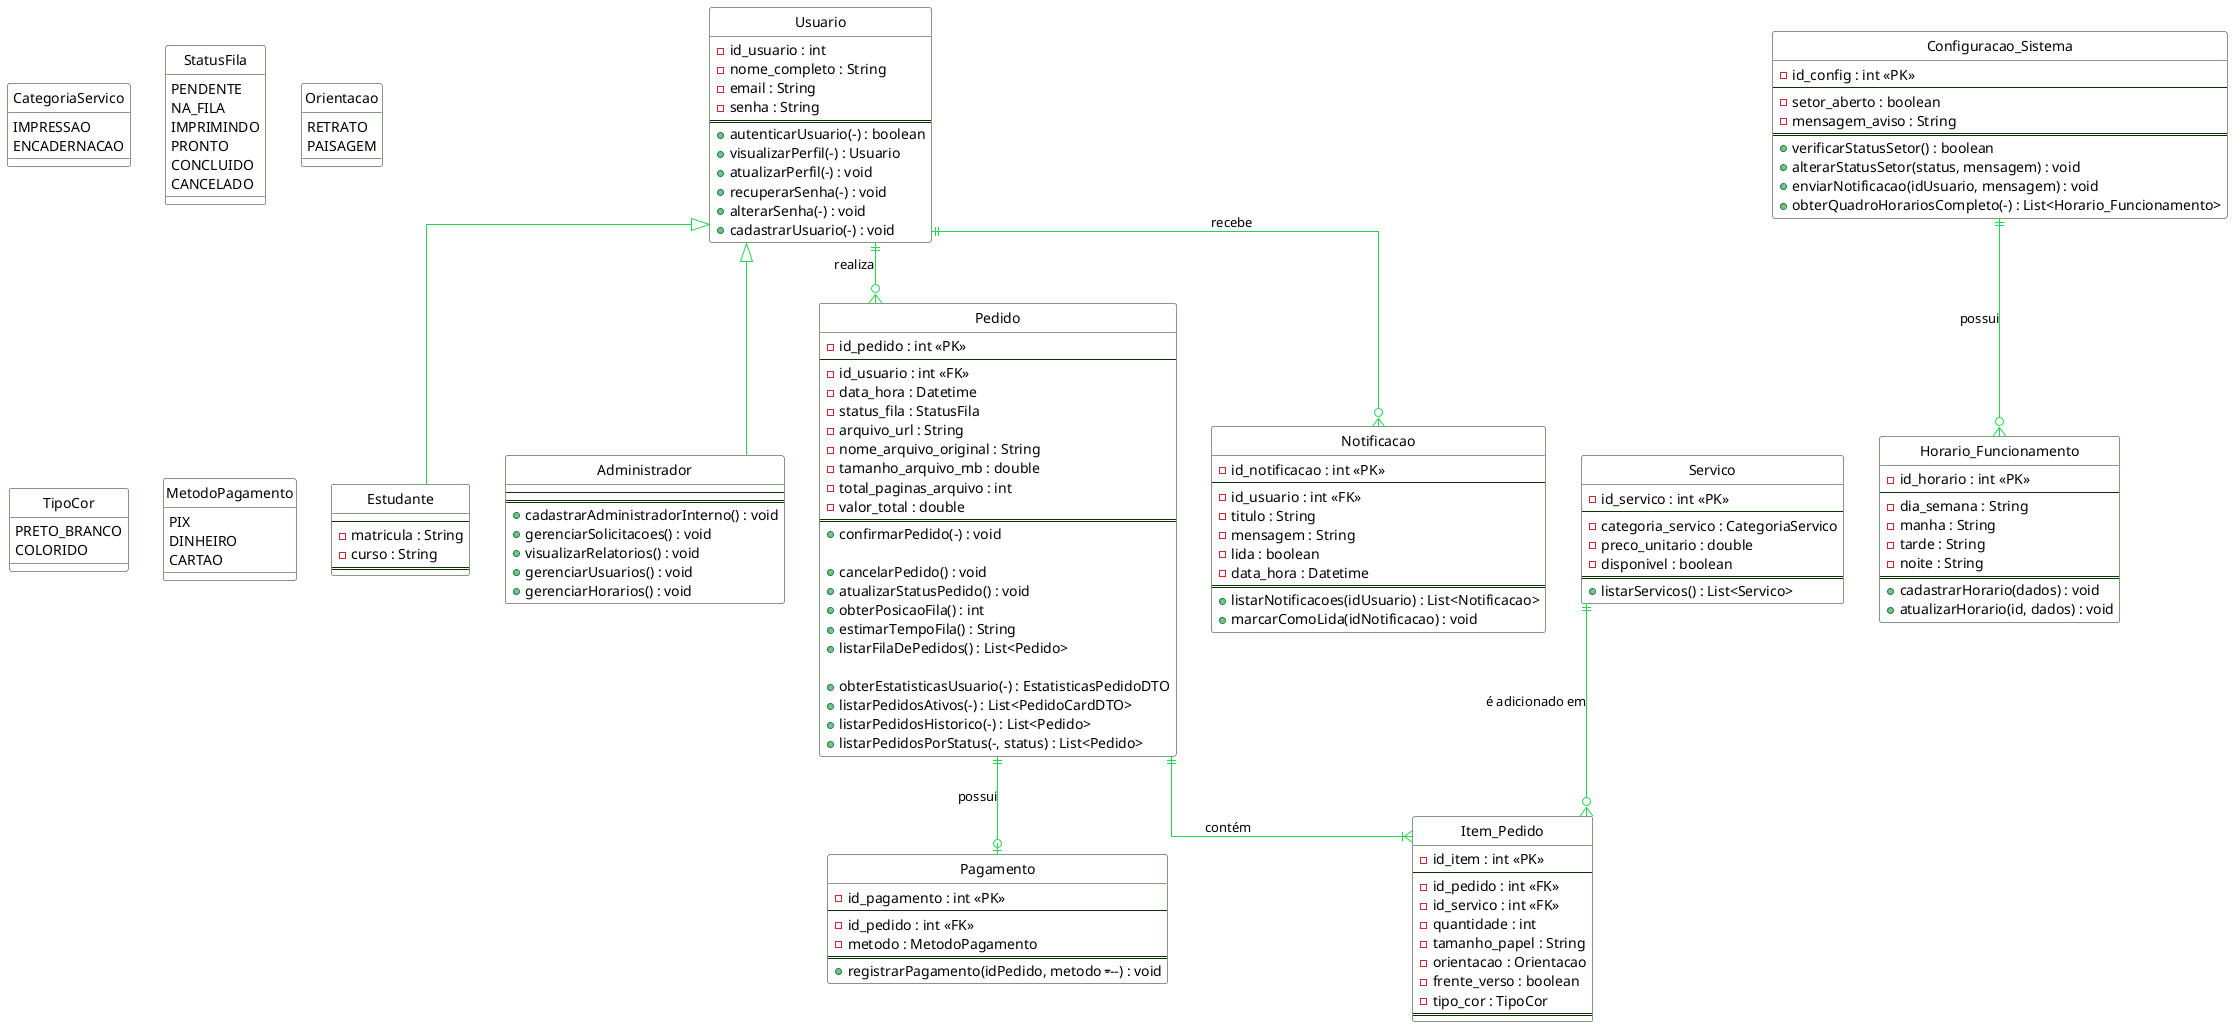
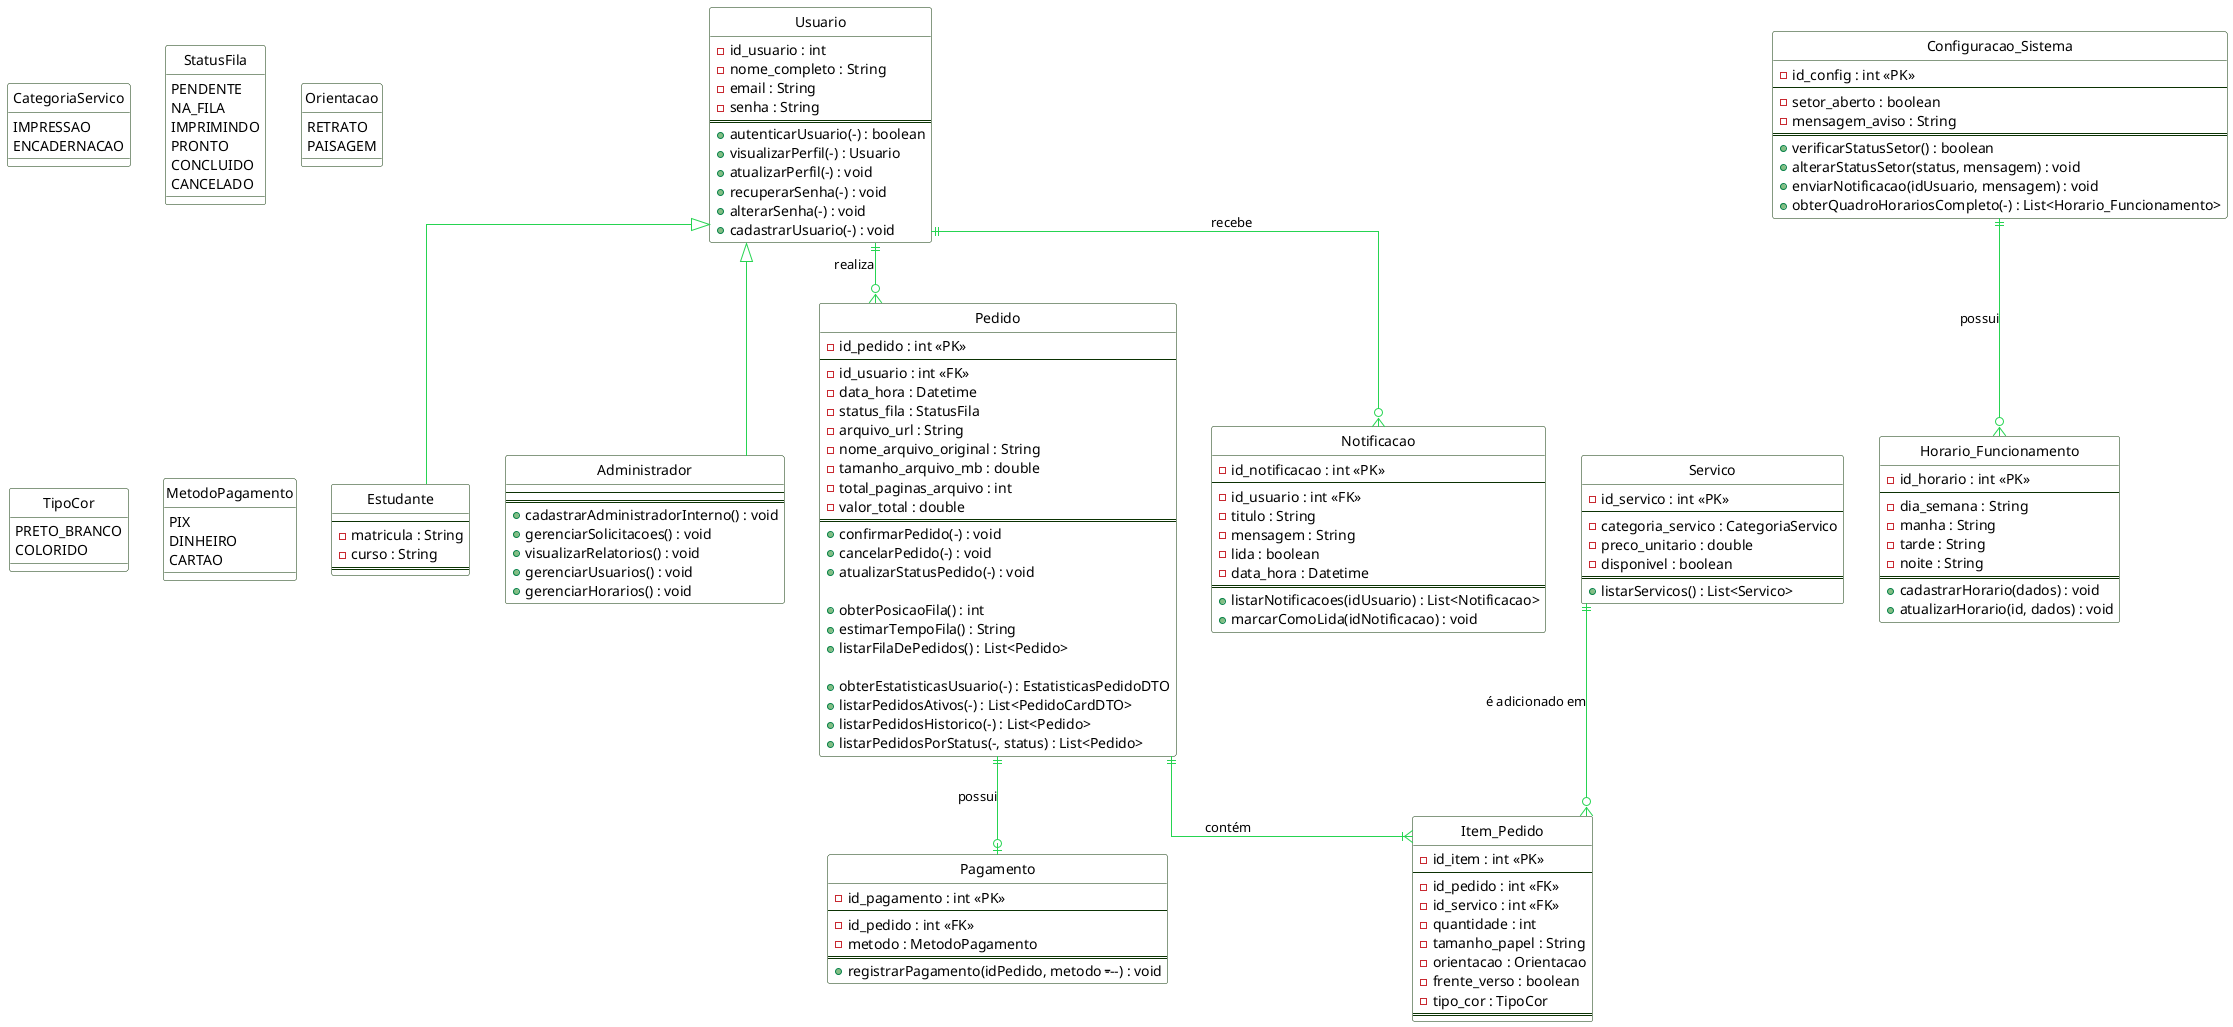
@startuml diagram
' Configurações visuais para deixar o diagrama mais limpo e profissional
hide circle
skinparam linetype ortho
skinparam shadowing false
skinparam class {
    BackgroundColor White
    ArrowColor #26d451
    BorderColor #0b3203
}

' --- Definição dos ENUMS ---
enum CategoriaServico {
  IMPRESSAO
  ENCADERNACAO
}

enum StatusFila {
  PENDENTE
  NA_FILA
  IMPRIMINDO
  PRONTO
  CONCLUIDO
  CANCELADO
}

enum Orientacao {
  RETRATO
  PAISAGEM
}

enum TipoCor {
  PRETO_BRANCO
  COLORIDO
}

enum MetodoPagamento {
  PIX
  DINHEIRO
  CARTAO
}

' --- Definição das Classes (Tabelas + Métodos) ---

class "Usuario" as usuario {
  - id_usuario : int
  - nome_completo : String
  - email : String
  - senha : String
  ==
  + autenticarUsuario(-) : boolean
  + visualizarPerfil(-) : Usuario
  + atualizarPerfil(-) : void
  + recuperarSenha(-) : void
  + alterarSenha(-) : void
  + cadastrarUsuario(-) : void
}

class "Estudante" as estudante {
  --
  - matricula : String
  - curso : String
  ==
}

class "Administrador" as admin {
  --
  ==
  + cadastrarAdministradorInterno() : void
  + gerenciarSolicitacoes() : void
  + visualizarRelatorios() : void
  + gerenciarUsuarios() : void
  + gerenciarHorarios() : void
}

class "Servico" as servico {
  - id_servico : int <<PK>>
  --
  - categoria_servico : CategoriaServico
  - preco_unitario : double
  - disponivel : boolean
  ==
  + listarServicos() : List<Servico>
}

class "Pedido" as pedido {
  - id_pedido : int <<PK>>
  --
  - id_usuario : int <<FK>>
  - data_hora : Datetime
  - status_fila : StatusFila
  - arquivo_url : String
  - nome_arquivo_original : String
  - tamanho_arquivo_mb : double
  - total_paginas_arquivo : int
  - valor_total : double
  ==
  + confirmarPedido(-) : void
+   + cancelarPedido(-) : void
+   + atualizarStatusPedido(-) : void

-   + cancelarPedido() : void
-   + atualizarStatusPedido() : void
  + obterPosicaoFila() : int
  + estimarTempoFila() : String
  + listarFilaDePedidos() : List<Pedido>

  + obterEstatisticasUsuario(-) : EstatisticasPedidoDTO
  + listarPedidosAtivos(-) : List<PedidoCardDTO>
  + listarPedidosHistorico(-) : List<Pedido>
  + listarPedidosPorStatus(-, status) : List<Pedido>
}

class "Item_Pedido" as item_pedido {
  - id_item : int <<PK>>
  --
  - id_pedido : int <<FK>>
  - id_servico : int <<FK>>
  - quantidade : int
  - tamanho_papel : String
  - orientacao : Orientacao
  - frente_verso : boolean
  - tipo_cor : TipoCor
  ==
}

class "Pagamento" as pagamento {
  - id_pagamento : int <<PK>>
  --
  - id_pedido : int <<FK>>
  - metodo : MetodoPagamento
  ==
  + registrarPagamento(idPedido, metodo -------) : void
}

class "Notificacao" as notificacao {
  - id_notificacao : int <<PK>>
  --
  - id_usuario : int <<FK>>
  - titulo : String
  - mensagem : String
  - lida : boolean
  - data_hora : Datetime
  ==
  + listarNotificacoes(idUsuario) : List<Notificacao>
  + marcarComoLida(idNotificacao) : void
}

class "Horario_Funcionamento" as horario {
  - id_horario : int <<PK>>
  --
  - dia_semana : String
  - manha : String
  - tarde : String
  - noite : String
  ==
  + cadastrarHorario(dados) : void
  + atualizarHorario(id, dados) : void
}

class "Configuracao_Sistema" as config {
  - id_config : int <<PK>>
  --
  - setor_aberto : boolean
  - mensagem_aviso : String
  ==
  + verificarStatusSetor() : boolean
  + alterarStatusSetor(status, mensagem) : void
  + enviarNotificacao(idUsuario, mensagem) : void
  + obterQuadroHorariosCompleto(-) : List<Horario_Funcionamento>
}

' --- Definição dos Relacionamentos ---

usuario <|-- estudante
usuario <|-- admin

usuario ||--o{ pedido : "realiza"
usuario ||--o{ notificacao : "recebe"
pedido ||--|{ item_pedido : "contém"
servico ||--o{ item_pedido : "é adicionado em"
pedido ||--o| pagamento : "possui"
config ||--o{ horario : "possui"

@enduml